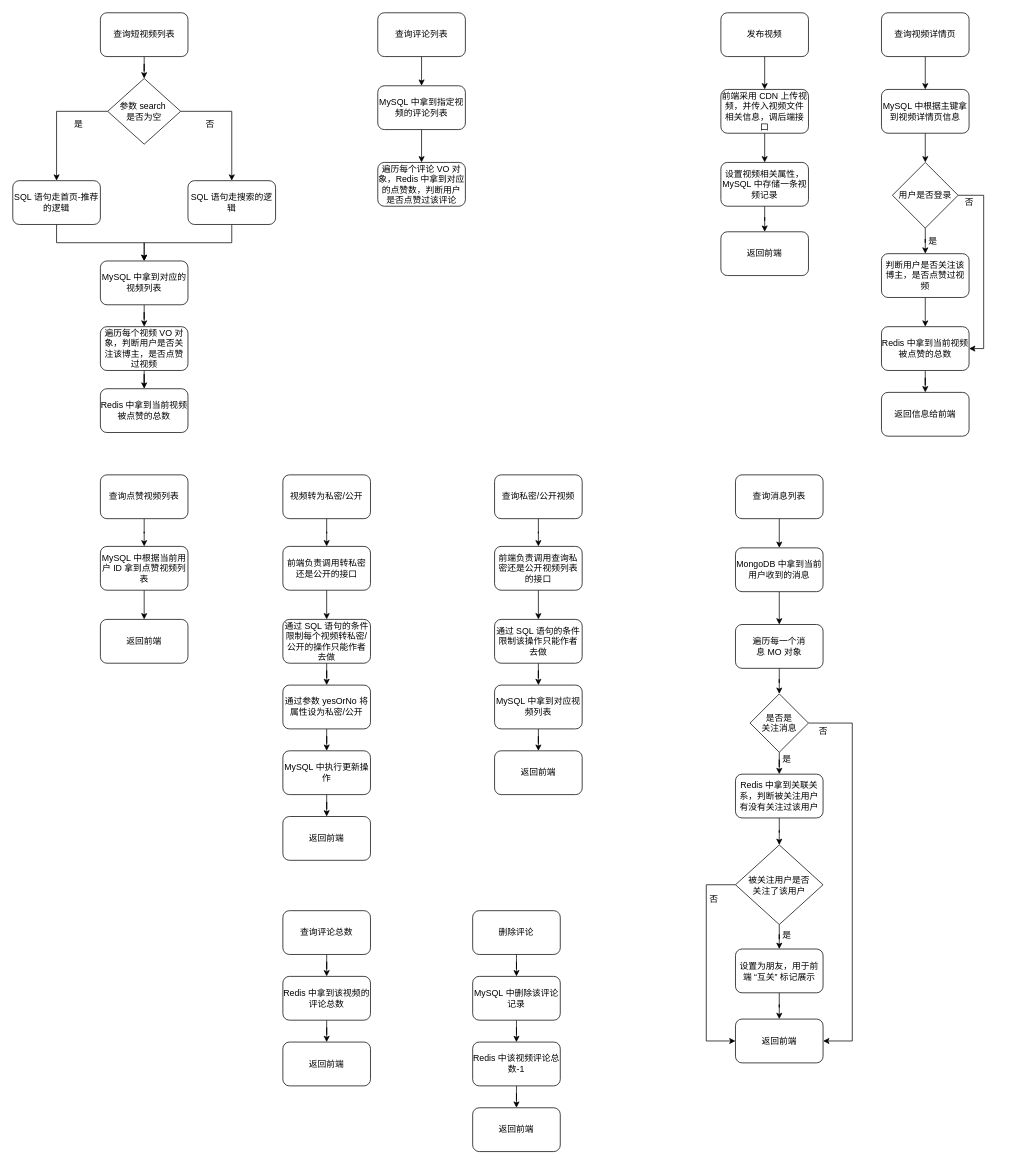
lee11xx/picgo-img keeps this draw.io diagram as 视频模块.drawio. Above is the earlier version. Source tidied: cells renumbered, new cells numbered last; positions are measured from the earlier drawing's top-left corner, leaving out a move shared by most shapes. Both pictures are drawn from the tidied source at 73%, with x=0, y=0 at pixel (12, 12).
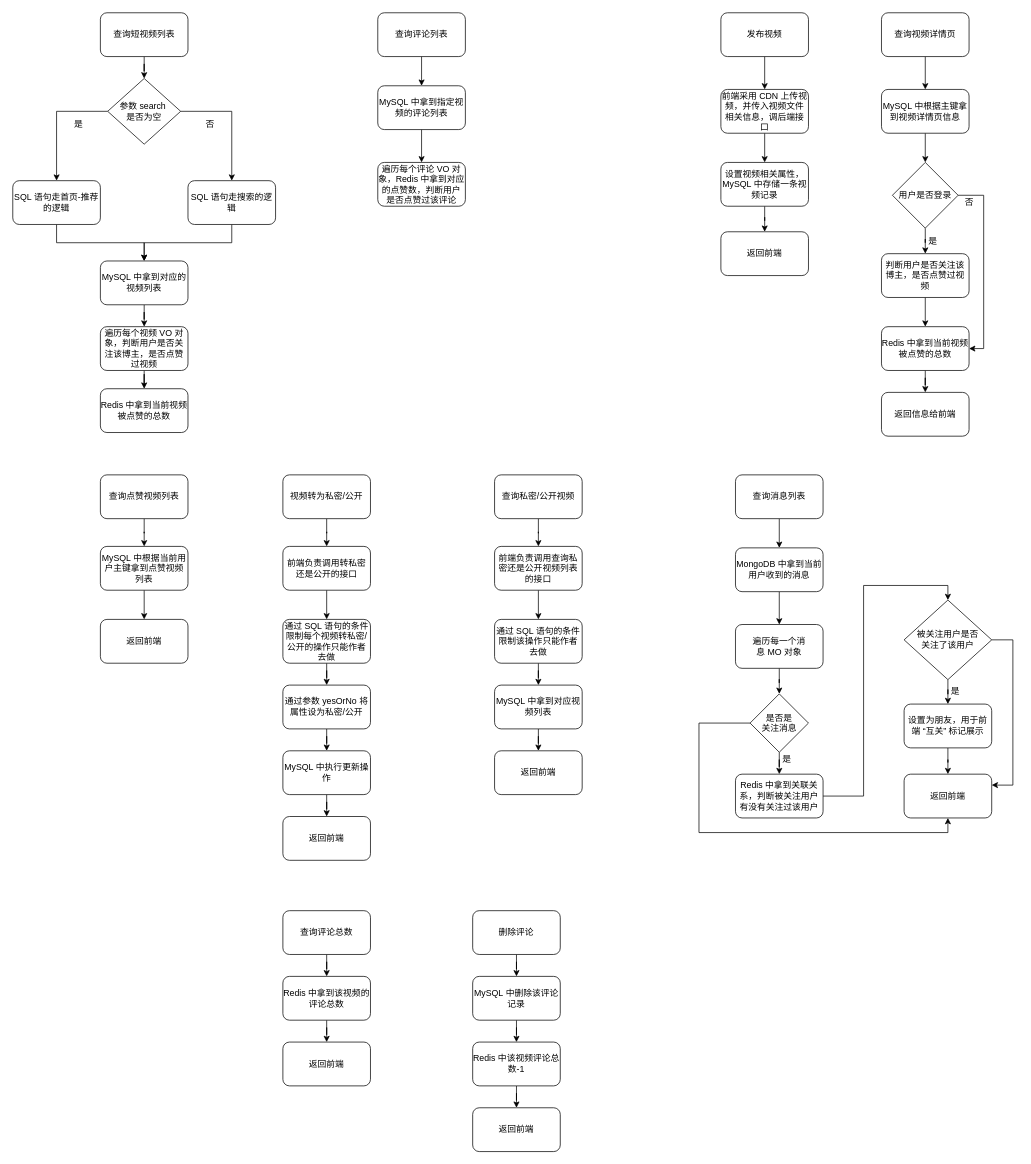
The same diagram, later.

Commit message:
更新视频模块.drawio

The change refers to these unchanged cells:
```xml
<mxCell id="89" value="是否是&lt;br&gt;关注消息" style="rhombus;whiteSpace=wrap;html=1;" parent="1" vertex="1">
  <mxGeometry x="1010" y="933" width="80" height="80" as="geometry" />
</mxCell>
<mxCell id="91" value="Redis&amp;nbsp;中拿到关联关系，判断被关注用户有没有关注过该用户" style="rounded=1;whiteSpace=wrap;html=1;" parent="1" vertex="1">
  <mxGeometry x="990" y="1043" width="120" height="60" as="geometry" />
</mxCell>
```

Change to the diagram source:
```diff
@@
-    <mxCell id="32" value="MySQL&amp;nbsp;中根据当前用户&amp;nbsp;ID&amp;nbsp;拿到点赞视频列表" style="rounded=1;whiteSpace=wrap;html=1;" parent="1" vertex="1">
+    <mxCell id="32" value="MySQL&amp;nbsp;中根据当前用户主键拿到点赞视频列表" style="rounded=1;whiteSpace=wrap;html=1;" parent="1" vertex="1">
       <mxGeometry x="120" y="731" width="120" height="60" as="geometry" />
     </mxCell>
@@
-    <mxCell id="88" style="edgeStyle=orthogonalEdgeStyle;rounded=0;jettySize=auto;html=1;entryX=1;entryY=0.5;entryDx=0;entryDy=0;" parent="1" edge="1" source="89" target="97">
+    <mxCell id="88" style="edgeStyle=orthogonalEdgeStyle;rounded=0;jettySize=auto;html=1;entryX=0.5;entryY=1;entryDx=0;entryDy=0;" parent="1" edge="1" source="89" target="97">
       <mxGeometry relative="1" as="geometry">
         <Array as="points">
-          <mxPoint x="1150" y="973" />
-          <mxPoint x="1150" y="1409" />
+          <mxPoint x="940" y="973" />
+          <mxPoint x="940" y="1123" />
+          <mxPoint x="1281" y="1123" />
         </Array>
       </mxGeometry>
     </mxCell>
@@
-    <mxCell id="90" style="edgeStyle=orthogonalEdgeStyle;rounded=0;jettySize=auto;html=1;" parent="1" edge="1" source="91" target="94">
+    <mxCell id="90" style="edgeStyle=orthogonalEdgeStyle;rounded=0;jettySize=auto;html=1;entryX=0.5;entryY=0;entryDx=0;entryDy=0;" parent="1" edge="1" source="91" target="94">
       <mxGeometry relative="1" as="geometry" />
     </mxCell>
@@
-    <mxCell id="93" style="edgeStyle=orthogonalEdgeStyle;rounded=0;jettySize=auto;html=1;entryX=0;entryY=0.5;entryDx=0;entryDy=0;" parent="1" edge="1" source="94" target="97">
+    <mxCell id="93" style="edgeStyle=orthogonalEdgeStyle;rounded=0;jettySize=auto;html=1;entryX=1;entryY=0.25;entryDx=0;entryDy=0;" parent="1" edge="1" source="94" target="97">
       <mxGeometry relative="1" as="geometry">
         <Array as="points">
-          <mxPoint x="950" y="1195" />
-          <mxPoint x="950" y="1409" />
+          <mxPoint x="1370" y="859" />
+          <mxPoint x="1370" y="1058" />
         </Array>
       </mxGeometry>
     </mxCell>
     <mxCell id="94" value="被关注用户是否&lt;br&gt;关注了该用户" style="rhombus;whiteSpace=wrap;html=1;" parent="1" vertex="1">
-      <mxGeometry x="990" y="1140" width="120" height="109" as="geometry" />
+      <mxGeometry x="1221" y="804.5" width="120" height="109" as="geometry" />
     </mxCell>
@@
     <mxCell id="96" value="设置为朋友，用于前端 “互关”&amp;nbsp;标记展示" style="rounded=1;whiteSpace=wrap;html=1;" parent="1" vertex="1">
-      <mxGeometry x="990" y="1282.5" width="120" height="60" as="geometry" />
+      <mxGeometry x="1221" y="947" width="120" height="60" as="geometry" />
     </mxCell>
     <mxCell id="97" value="返回前端" style="rounded=1;whiteSpace=wrap;html=1;" parent="1" vertex="1">
-      <mxGeometry x="990" y="1378.5" width="120" height="60" as="geometry" />
+      <mxGeometry x="1221" y="1043" width="120" height="60" as="geometry" />
     </mxCell>
@@
     <mxCell id="99" value="是" style="text;html=1;align=center;verticalAlign=middle;strokeColor=none;fillColor=none;" parent="1" vertex="1">
-      <mxGeometry x="1040" y="1249" width="40" height="30" as="geometry" />
+      <mxGeometry x="1271" y="913.5" width="40" height="30" as="geometry" />
     </mxCell>
-    <mxCell id="100" value="否" style="text;html=1;align=center;verticalAlign=middle;strokeColor=none;fillColor=none;" parent="1" vertex="1">
-      <mxGeometry x="1090" y="970" width="40" height="30" as="geometry" />
-    </mxCell>
-    <mxCell id="101" value="否" style="text;html=1;align=center;verticalAlign=middle;strokeColor=none;fillColor=none;" parent="1" vertex="1">
-      <mxGeometry x="940" y="1200" width="40" height="30" as="geometry" />
-    </mxCell>
```
